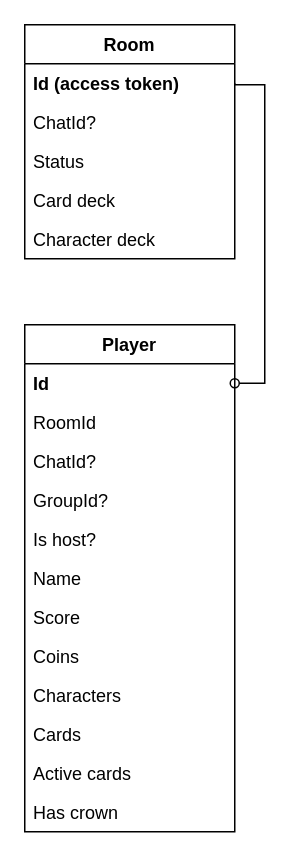
AntonArtomovNM/KCAA keeps this draw.io diagram as docs/ER diagram.drawio. Above is the earlier version. Source tidied: cells renumbered, new cells numbered last; positions are measured from the earlier drawing's top-left corner, leaving out a move shared by most shapes. Both pictures are drawn from the tidied source at 150%, with x=0, y=0 at pixel (24, 24).
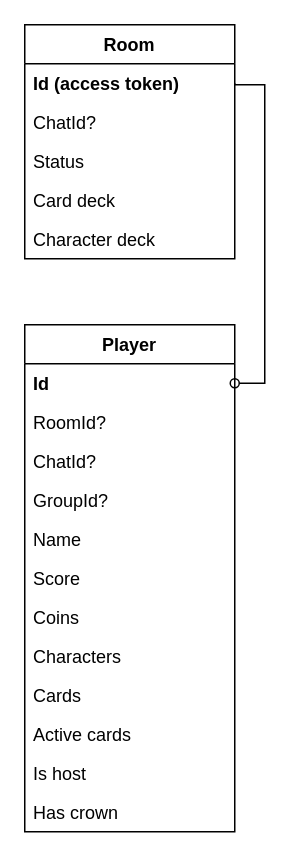
After the change.

Unchanged cells that the change refers to:
```xml
<mxCell id="2" value="Player" style="swimlane;fontStyle=1;horizontal=1;startSize=26;" parent="1" vertex="1">
  <mxGeometry y="200" width="140" height="338" as="geometry" />
</mxCell>
```

The edit, as a diff of the source:
```diff
@@
-    <mxCell id="4" value="RoomId" style="text;strokeColor=none;fillColor=none;align=left;verticalAlign=top;spacingLeft=4;spacingRight=4;overflow=hidden;" parent="2" vertex="1">
+    <mxCell id="4" value="RoomId?" style="text;strokeColor=none;fillColor=none;align=left;verticalAlign=top;spacingLeft=4;spacingRight=4;overflow=hidden;" parent="2" vertex="1">
       <mxGeometry y="52" width="140" height="26" as="geometry" />
     </mxCell>
@@
-    <mxCell id="7" value="Is host?" style="text;strokeColor=none;fillColor=none;align=left;verticalAlign=top;spacingLeft=4;spacingRight=4;overflow=hidden;" parent="2" vertex="1">
-      <mxGeometry y="130" width="140" height="26" as="geometry" />
-    </mxCell>
     <mxCell id="8" value="Name" style="text;strokeColor=none;fillColor=none;align=left;verticalAlign=top;spacingLeft=4;spacingRight=4;overflow=hidden;" parent="2" vertex="1">
-      <mxGeometry y="156" width="140" height="26" as="geometry" />
+      <mxGeometry y="130" width="140" height="26" as="geometry" />
     </mxCell>
     <mxCell id="9" value="Score" style="text;strokeColor=none;fillColor=none;align=left;verticalAlign=top;spacingLeft=4;spacingRight=4;overflow=hidden;" parent="2" vertex="1">
-      <mxGeometry y="182" width="140" height="26" as="geometry" />
+      <mxGeometry y="156" width="140" height="26" as="geometry" />
     </mxCell>
     <mxCell id="10" value="Coins" style="text;strokeColor=none;fillColor=none;align=left;verticalAlign=top;spacingLeft=4;spacingRight=4;overflow=hidden;" parent="2" vertex="1">
-      <mxGeometry y="208" width="140" height="26" as="geometry" />
+      <mxGeometry y="182" width="140" height="26" as="geometry" />
     </mxCell>
     <mxCell id="11" value="Characters" style="text;strokeColor=none;fillColor=none;align=left;verticalAlign=top;spacingLeft=4;spacingRight=4;overflow=hidden;" parent="2" vertex="1">
-      <mxGeometry y="234" width="140" height="26" as="geometry" />
+      <mxGeometry y="208" width="140" height="26" as="geometry" />
     </mxCell>
     <mxCell id="12" value="Cards" style="text;strokeColor=none;fillColor=none;align=left;verticalAlign=top;spacingLeft=4;spacingRight=4;overflow=hidden;" parent="2" vertex="1">
-      <mxGeometry y="260" width="140" height="26" as="geometry" />
+      <mxGeometry y="234" width="140" height="26" as="geometry" />
     </mxCell>
     <mxCell id="13" value="Active cards" style="text;strokeColor=none;fillColor=none;align=left;verticalAlign=top;spacingLeft=4;spacingRight=4;overflow=hidden;" parent="2" vertex="1">
-      <mxGeometry y="286" width="140" height="26" as="geometry" />
+      <mxGeometry y="260" width="140" height="26" as="geometry" />
     </mxCell>
+    <mxCell id="7" value="Is host" style="text;strokeColor=none;fillColor=none;align=left;verticalAlign=top;spacingLeft=4;spacingRight=4;overflow=hidden;" parent="2" vertex="1">
+      <mxGeometry y="286" width="140" height="26" as="geometry" />
+    </mxCell>
```
